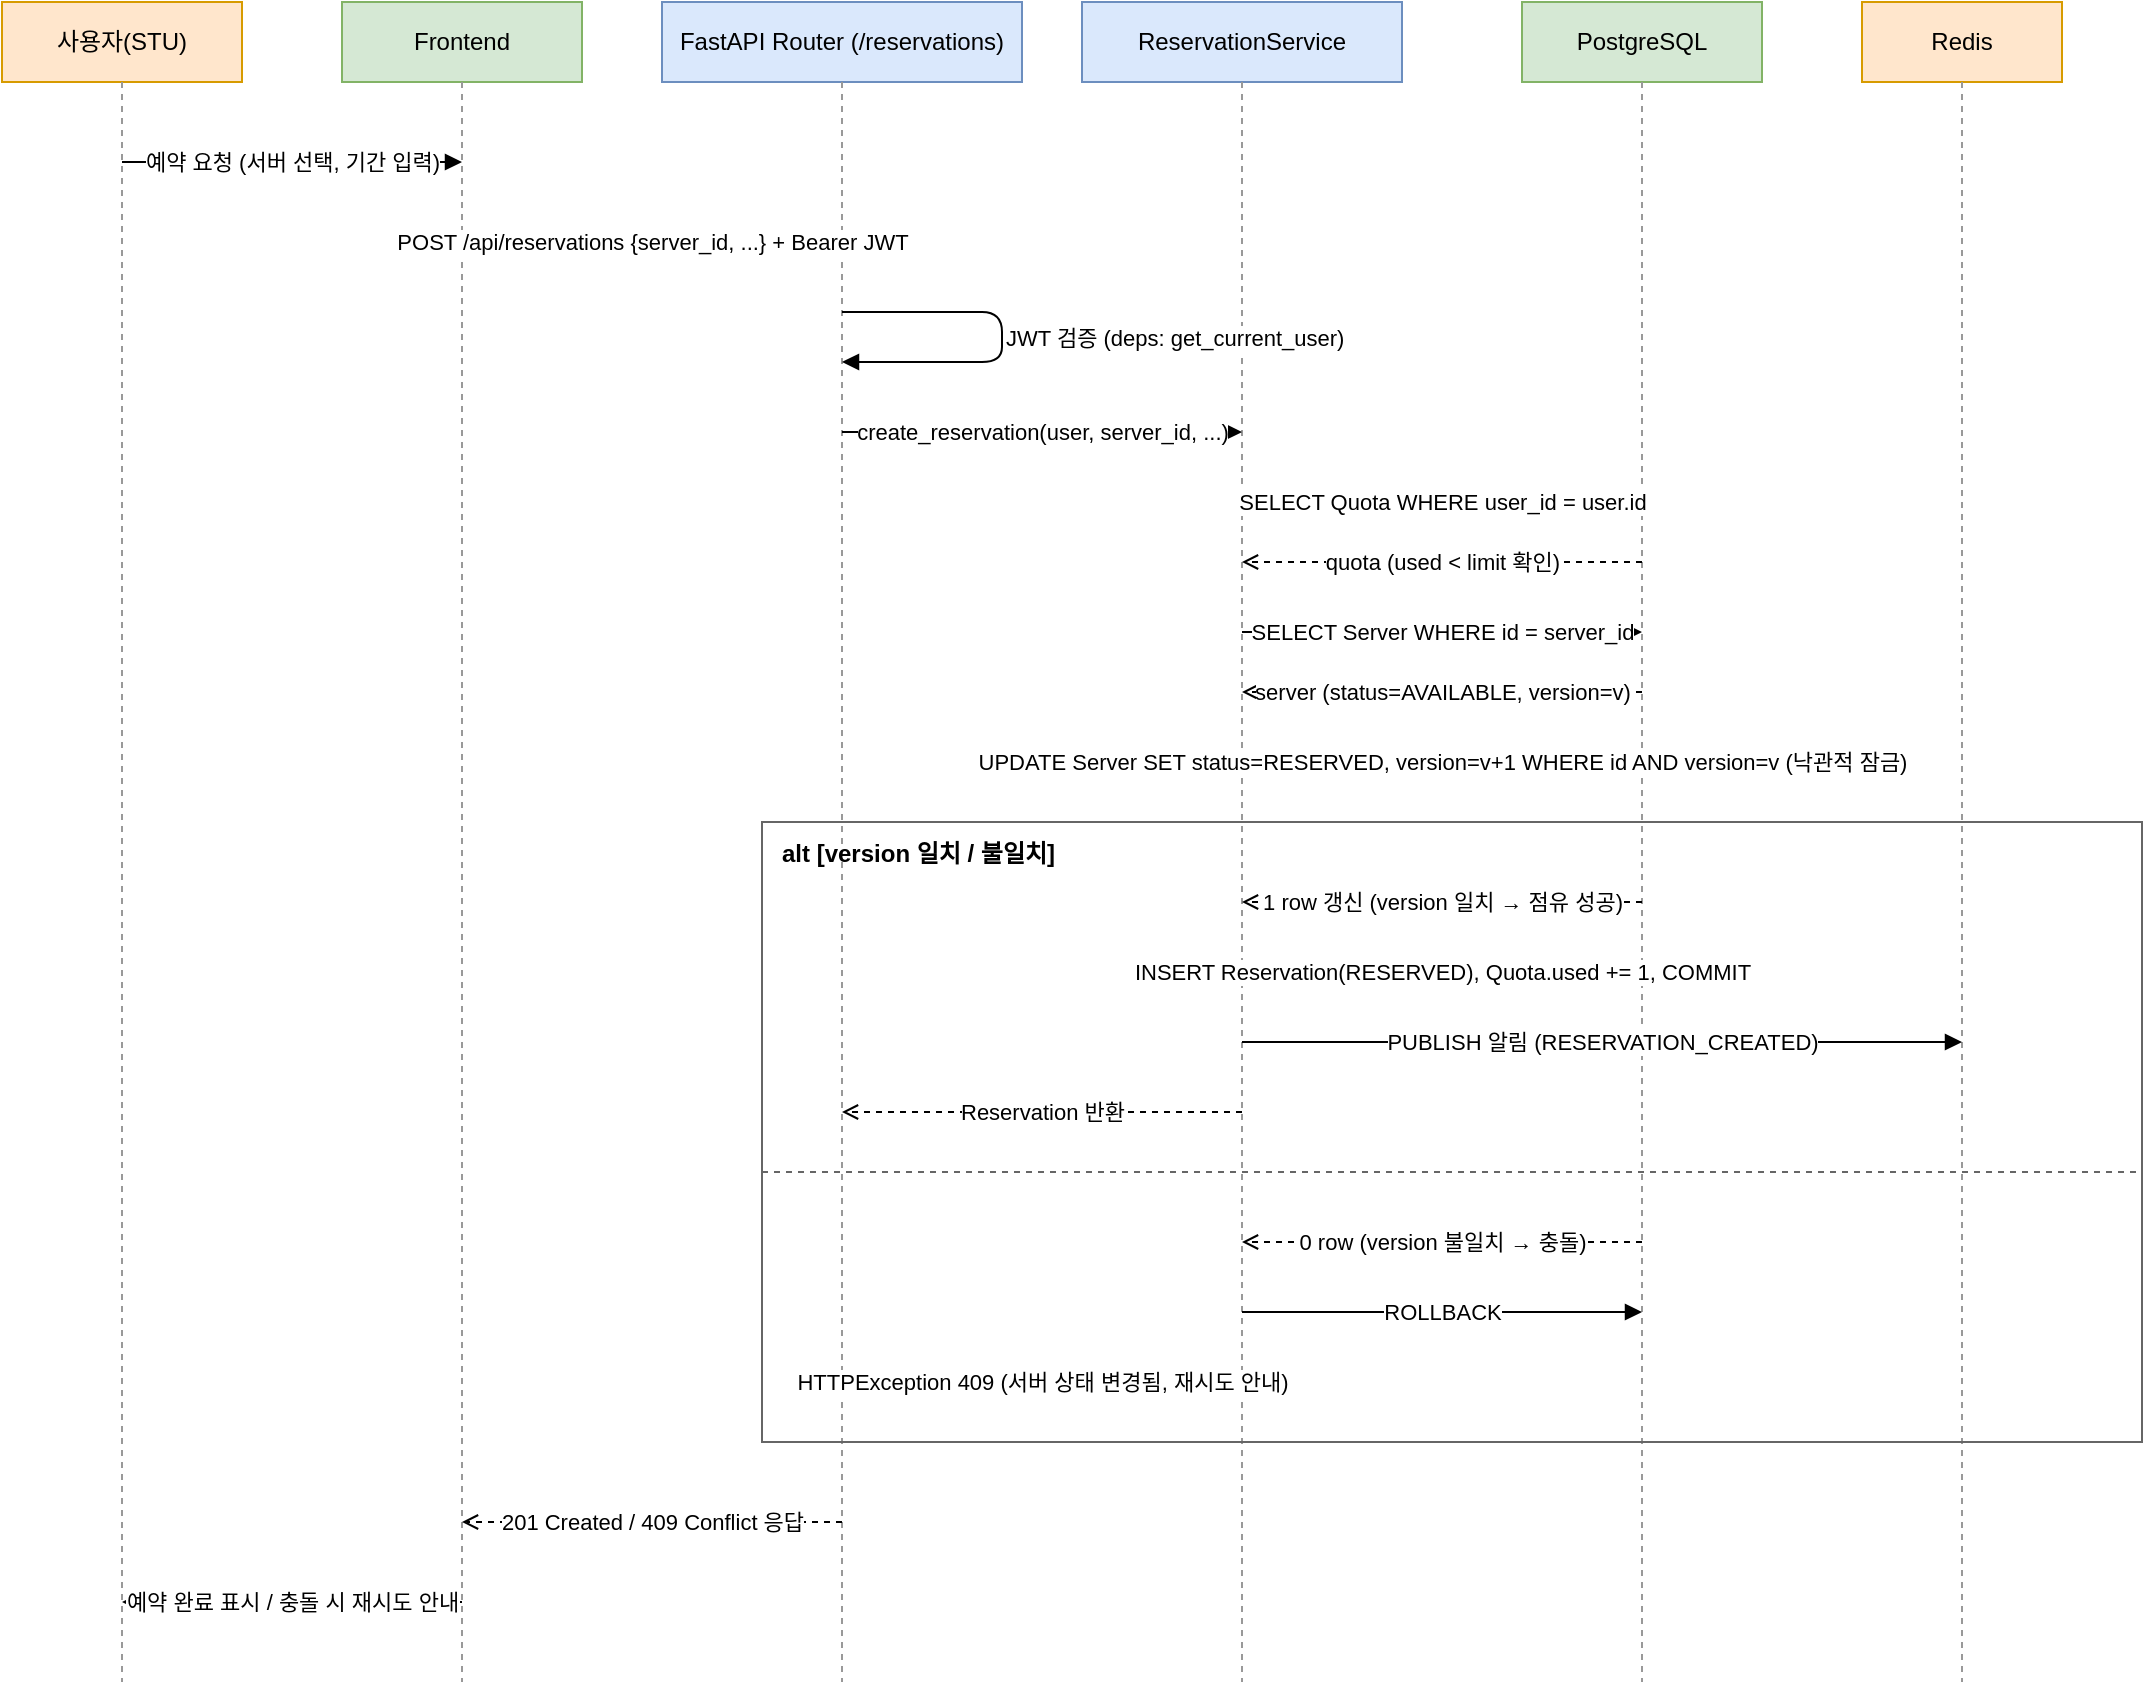
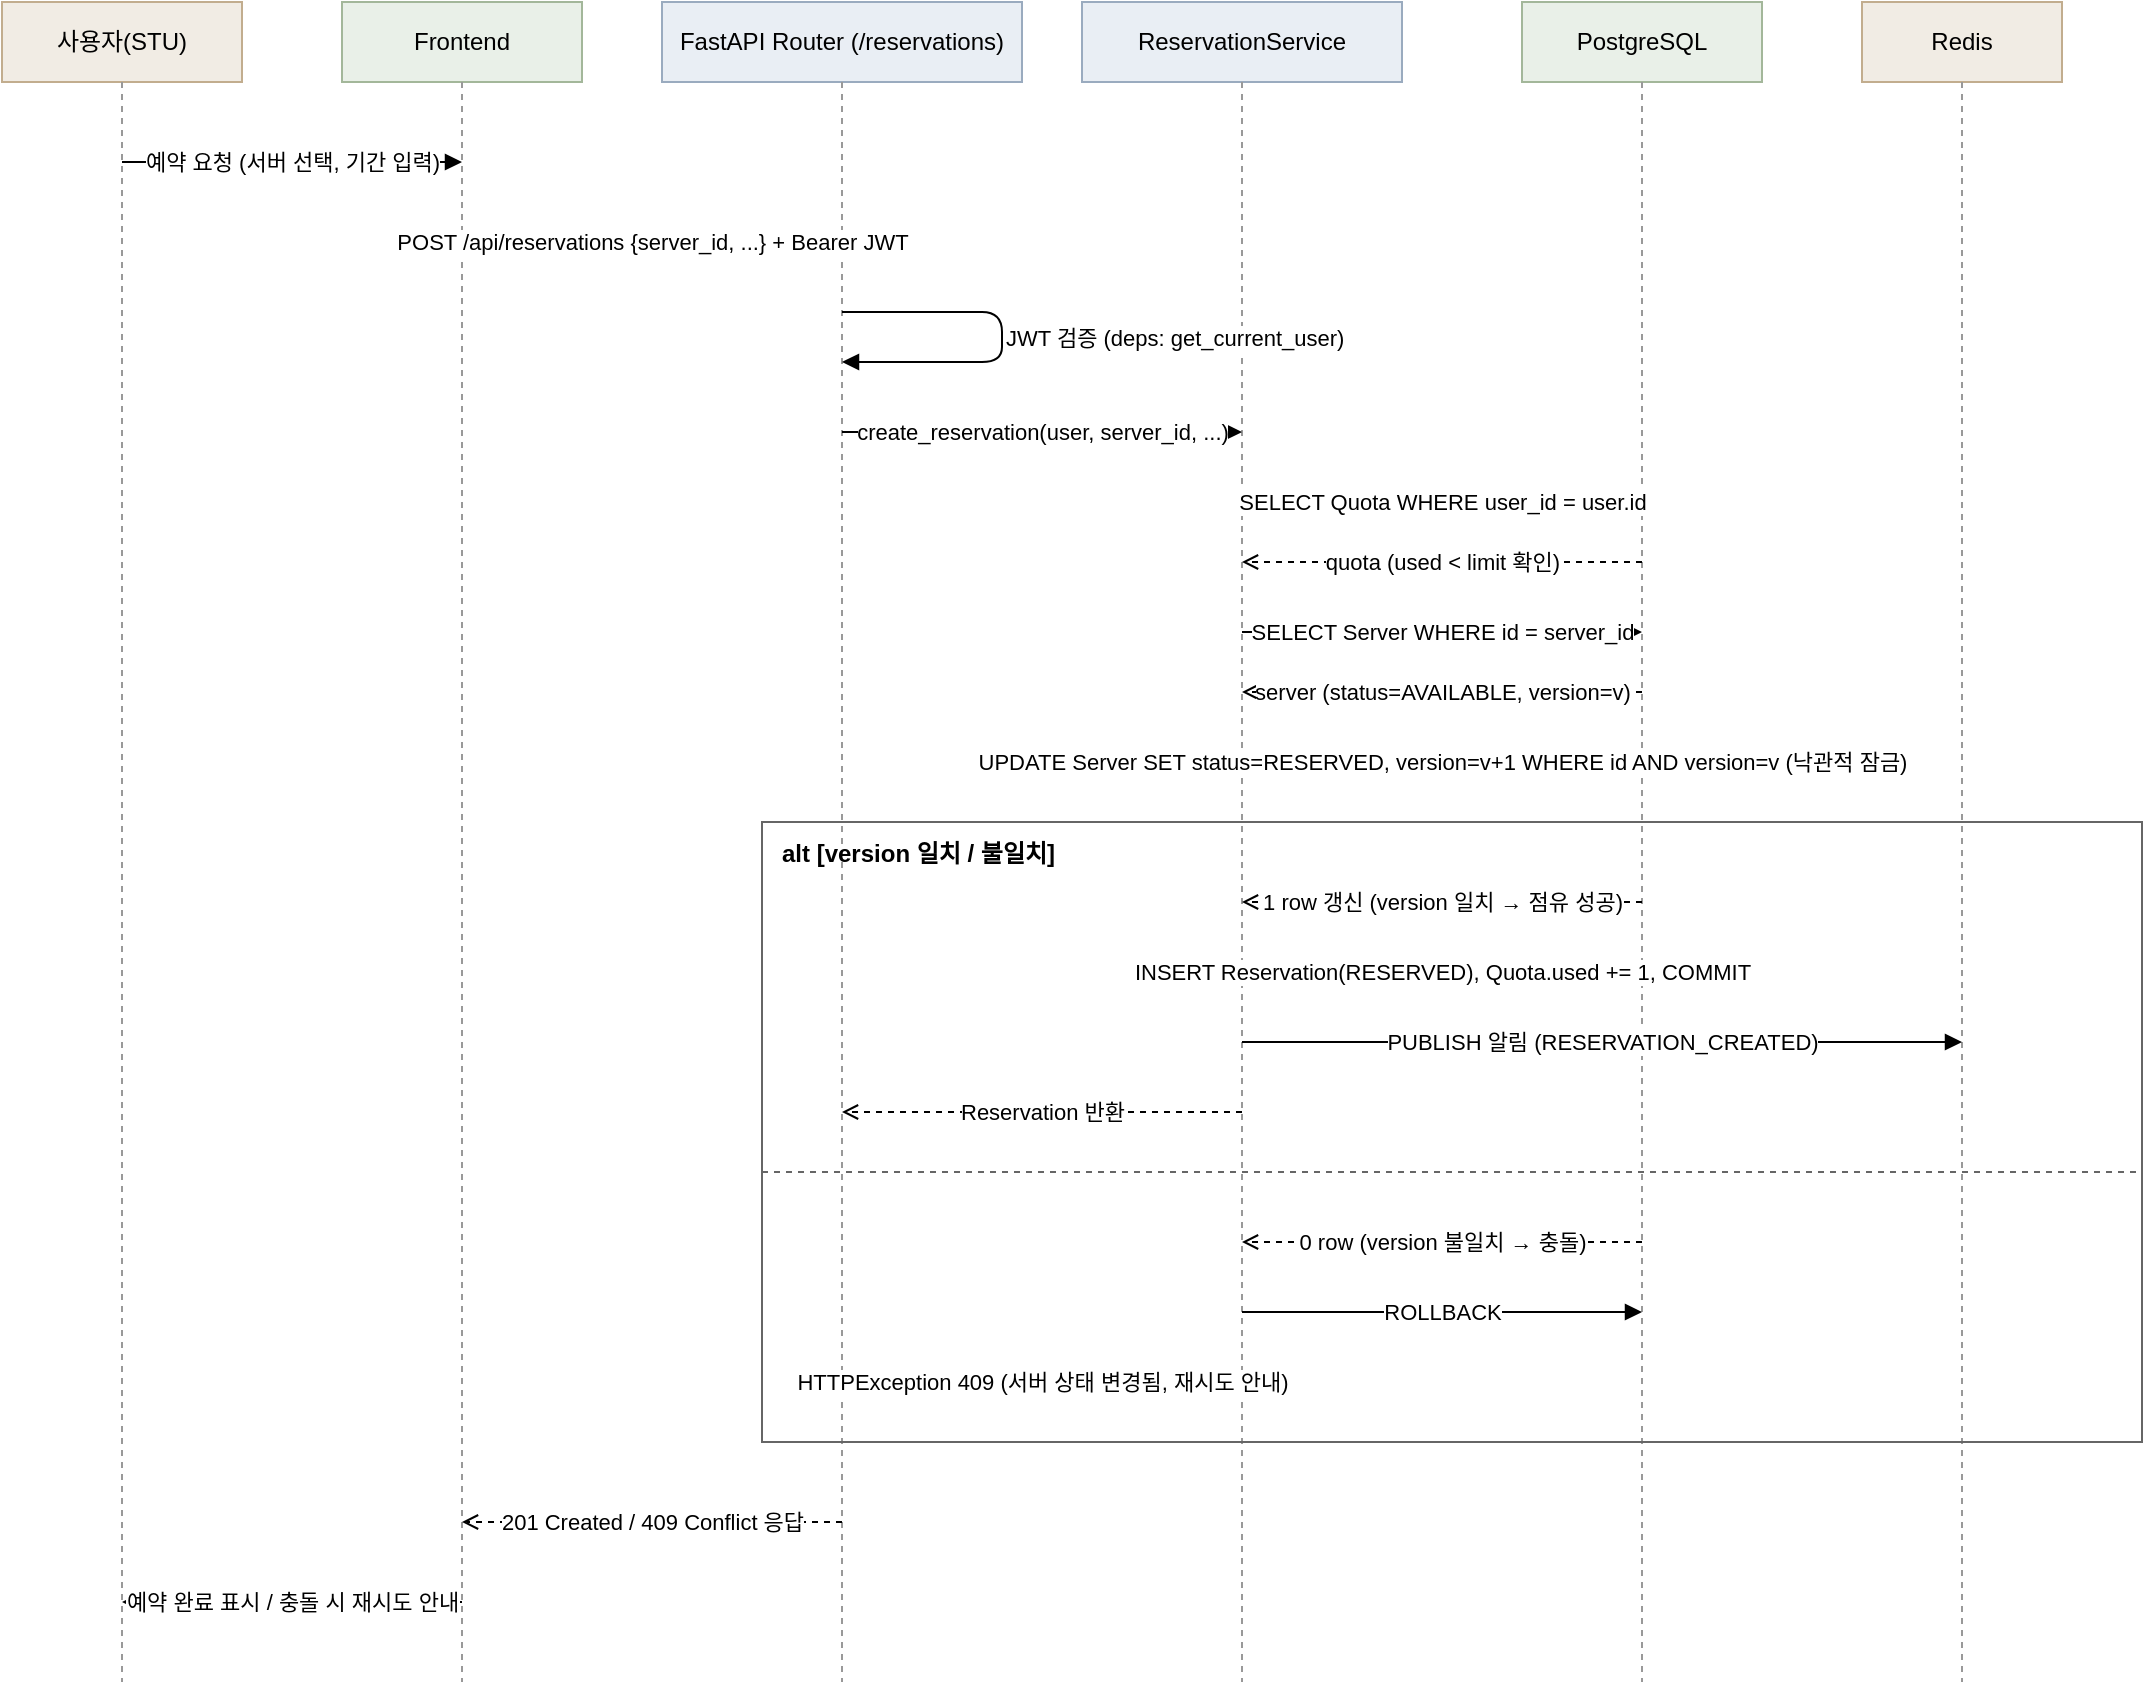
<mxfile host="app.diagrams.net">
  <diagram id="sequence-reservation-uc04" name="예약 생성 시퀀스(UC04)">
    <mxGraphModel dx="1400" dy="900" grid="1" gridSize="10" guides="1" tooltips="1" connect="1" arrows="1" fold="1" page="1" pageScale="1" pageWidth="1170" pageHeight="920" math="0" shadow="0">
      <root>
        <mxCell id="0" />
        <mxCell id="1" parent="0" />
-         <mxCell id="p-user" value="사용자(STU)" style="rounded=0;whiteSpace=wrap;html=1;fillColor=#ffe6cc;strokeColor=#d79b00;" vertex="1" parent="1">
+         <mxCell id="p-user" value="사용자(STU)" style="rounded=0;whiteSpace=wrap;html=1;fillColor=#f1ece4;strokeColor=#c2ad8e;" vertex="1" parent="1">
          <mxGeometry x="20" y="40" width="120" height="40" as="geometry" />
        </mxCell>
-         <mxCell id="p-front" value="Frontend" style="rounded=0;whiteSpace=wrap;html=1;fillColor=#d5e8d4;strokeColor=#82b366;" vertex="1" parent="1">
+         <mxCell id="p-front" value="Frontend" style="rounded=0;whiteSpace=wrap;html=1;fillColor=#e9f0e8;strokeColor=#a3b79a;" vertex="1" parent="1">
          <mxGeometry x="190" y="40" width="120" height="40" as="geometry" />
        </mxCell>
-         <mxCell id="p-router" value="FastAPI Router (/reservations)" style="rounded=0;whiteSpace=wrap;html=1;fillColor=#dae8fc;strokeColor=#6c8ebf;" vertex="1" parent="1">
+         <mxCell id="p-router" value="FastAPI Router (/reservations)" style="rounded=0;whiteSpace=wrap;html=1;fillColor=#e9eef4;strokeColor=#9aabbf;" vertex="1" parent="1">
          <mxGeometry x="350" y="40" width="180" height="40" as="geometry" />
        </mxCell>
-         <mxCell id="p-service" value="ReservationService" style="rounded=0;whiteSpace=wrap;html=1;fillColor=#dae8fc;strokeColor=#6c8ebf;" vertex="1" parent="1">
+         <mxCell id="p-service" value="ReservationService" style="rounded=0;whiteSpace=wrap;html=1;fillColor=#e9eef4;strokeColor=#9aabbf;" vertex="1" parent="1">
          <mxGeometry x="560" y="40" width="160" height="40" as="geometry" />
        </mxCell>
-         <mxCell id="p-pg" value="PostgreSQL" style="rounded=0;whiteSpace=wrap;html=1;fillColor=#d5e8d4;strokeColor=#82b366;" vertex="1" parent="1">
+         <mxCell id="p-pg" value="PostgreSQL" style="rounded=0;whiteSpace=wrap;html=1;fillColor=#e9f0e8;strokeColor=#a3b79a;" vertex="1" parent="1">
          <mxGeometry x="780" y="40" width="120" height="40" as="geometry" />
        </mxCell>
-         <mxCell id="p-redis" value="Redis" style="rounded=0;whiteSpace=wrap;html=1;fillColor=#ffe6cc;strokeColor=#d79b00;" vertex="1" parent="1">
+         <mxCell id="p-redis" value="Redis" style="rounded=0;whiteSpace=wrap;html=1;fillColor=#f1ece4;strokeColor=#c2ad8e;" vertex="1" parent="1">
          <mxGeometry x="950" y="40" width="100" height="40" as="geometry" />
        </mxCell>
        <mxCell id="ll-user" value="" style="endArrow=none;dashed=1;html=1;strokeColor=#999999;" edge="1" parent="1">
          <mxGeometry relative="1" as="geometry">
            <mxPoint x="80" y="80" as="sourcePoint" />
            <mxPoint x="80" y="880" as="targetPoint" />
          </mxGeometry>
        </mxCell>
        <mxCell id="ll-front" value="" style="endArrow=none;dashed=1;html=1;strokeColor=#999999;" edge="1" parent="1">
          <mxGeometry relative="1" as="geometry">
            <mxPoint x="250" y="80" as="sourcePoint" />
            <mxPoint x="250" y="880" as="targetPoint" />
          </mxGeometry>
        </mxCell>
        <mxCell id="ll-router" value="" style="endArrow=none;dashed=1;html=1;strokeColor=#999999;" edge="1" parent="1">
          <mxGeometry relative="1" as="geometry">
            <mxPoint x="440" y="80" as="sourcePoint" />
            <mxPoint x="440" y="880" as="targetPoint" />
          </mxGeometry>
        </mxCell>
        <mxCell id="ll-service" value="" style="endArrow=none;dashed=1;html=1;strokeColor=#999999;" edge="1" parent="1">
          <mxGeometry relative="1" as="geometry">
            <mxPoint x="640" y="80" as="sourcePoint" />
            <mxPoint x="640" y="880" as="targetPoint" />
          </mxGeometry>
        </mxCell>
        <mxCell id="ll-pg" value="" style="endArrow=none;dashed=1;html=1;strokeColor=#999999;" edge="1" parent="1">
          <mxGeometry relative="1" as="geometry">
            <mxPoint x="840" y="80" as="sourcePoint" />
            <mxPoint x="840" y="880" as="targetPoint" />
          </mxGeometry>
        </mxCell>
        <mxCell id="ll-redis" value="" style="endArrow=none;dashed=1;html=1;strokeColor=#999999;" edge="1" parent="1">
          <mxGeometry relative="1" as="geometry">
            <mxPoint x="1000" y="80" as="sourcePoint" />
            <mxPoint x="1000" y="880" as="targetPoint" />
          </mxGeometry>
        </mxCell>
        <mxCell id="m1" value="예약 요청 (서버 선택, 기간 입력)" style="html=1;endArrow=block;labelBackgroundColor=#ffffff;" edge="1" parent="1">
          <mxGeometry relative="1" as="geometry">
            <mxPoint x="80" y="120" as="sourcePoint" />
            <mxPoint x="250" y="120" as="targetPoint" />
          </mxGeometry>
        </mxCell>
        <mxCell id="m2" value="POST /api/reservations {server_id, ...} + Bearer JWT" style="html=1;endArrow=block;labelBackgroundColor=#ffffff;" edge="1" parent="1">
          <mxGeometry relative="1" as="geometry">
            <mxPoint x="250" y="160" as="sourcePoint" />
            <mxPoint x="440" y="160" as="targetPoint" />
          </mxGeometry>
        </mxCell>
        <mxCell id="m3" value="JWT 검증 (deps: get_current_user)" style="html=1;endArrow=block;labelBackgroundColor=#ffffff;align=left;" edge="1" parent="1">
          <mxGeometry relative="1" as="geometry">
            <mxPoint x="440" y="195" as="sourcePoint" />
            <mxPoint x="440" y="220" as="targetPoint" />
            <Array as="points">
              <mxPoint x="520" y="195" />
              <mxPoint x="520" y="220" />
            </Array>
          </mxGeometry>
        </mxCell>
        <mxCell id="m4" value="create_reservation(user, server_id, ...)" style="html=1;endArrow=block;labelBackgroundColor=#ffffff;" edge="1" parent="1">
          <mxGeometry relative="1" as="geometry">
            <mxPoint x="440" y="255" as="sourcePoint" />
            <mxPoint x="640" y="255" as="targetPoint" />
          </mxGeometry>
        </mxCell>
        <mxCell id="m5" value="SELECT Quota WHERE user_id = user.id" style="html=1;endArrow=block;labelBackgroundColor=#ffffff;" edge="1" parent="1">
          <mxGeometry relative="1" as="geometry">
            <mxPoint x="640" y="290" as="sourcePoint" />
            <mxPoint x="840" y="290" as="targetPoint" />
          </mxGeometry>
        </mxCell>
        <mxCell id="m6" value="quota (used &lt; limit 확인)" style="html=1;endArrow=open;dashed=1;labelBackgroundColor=#ffffff;" edge="1" parent="1">
          <mxGeometry relative="1" as="geometry">
            <mxPoint x="840" y="320" as="sourcePoint" />
            <mxPoint x="640" y="320" as="targetPoint" />
          </mxGeometry>
        </mxCell>
        <mxCell id="m7" value="SELECT Server WHERE id = server_id" style="html=1;endArrow=block;labelBackgroundColor=#ffffff;" edge="1" parent="1">
          <mxGeometry relative="1" as="geometry">
            <mxPoint x="640" y="355" as="sourcePoint" />
            <mxPoint x="840" y="355" as="targetPoint" />
          </mxGeometry>
        </mxCell>
        <mxCell id="m8" value="server (status=AVAILABLE, version=v)" style="html=1;endArrow=open;dashed=1;labelBackgroundColor=#ffffff;" edge="1" parent="1">
          <mxGeometry relative="1" as="geometry">
            <mxPoint x="840" y="385" as="sourcePoint" />
            <mxPoint x="640" y="385" as="targetPoint" />
          </mxGeometry>
        </mxCell>
        <mxCell id="m9" value="UPDATE Server SET status=RESERVED, version=v+1 WHERE id AND version=v (낙관적 잠금)" style="html=1;endArrow=block;labelBackgroundColor=#ffffff;" edge="1" parent="1">
          <mxGeometry relative="1" as="geometry">
            <mxPoint x="640" y="420" as="sourcePoint" />
            <mxPoint x="840" y="420" as="targetPoint" />
          </mxGeometry>
        </mxCell>
        <mxCell id="alt-frame" value="alt [version 일치 / 불일치]" style="rounded=0;whiteSpace=wrap;html=1;fillColor=none;verticalAlign=top;align=left;spacingLeft=8;spacingTop=2;strokeColor=#666666;fontStyle=1;" vertex="1" parent="1">
          <mxGeometry x="400" y="450" width="690" height="310" as="geometry" />
        </mxCell>
        <mxCell id="m10" value="1 row 갱신 (version 일치 → 점유 성공)" style="html=1;endArrow=open;dashed=1;labelBackgroundColor=#ffffff;" edge="1" parent="1">
          <mxGeometry relative="1" as="geometry">
            <mxPoint x="840" y="490" as="sourcePoint" />
            <mxPoint x="640" y="490" as="targetPoint" />
          </mxGeometry>
        </mxCell>
        <mxCell id="m11" value="INSERT Reservation(RESERVED), Quota.used += 1, COMMIT" style="html=1;endArrow=block;labelBackgroundColor=#ffffff;" edge="1" parent="1">
          <mxGeometry relative="1" as="geometry">
            <mxPoint x="640" y="525" as="sourcePoint" />
            <mxPoint x="840" y="525" as="targetPoint" />
          </mxGeometry>
        </mxCell>
        <mxCell id="m12" value="PUBLISH 알림 (RESERVATION_CREATED)" style="html=1;endArrow=block;labelBackgroundColor=#ffffff;" edge="1" parent="1">
          <mxGeometry relative="1" as="geometry">
            <mxPoint x="640" y="560" as="sourcePoint" />
            <mxPoint x="1000" y="560" as="targetPoint" />
          </mxGeometry>
        </mxCell>
        <mxCell id="m13" value="Reservation 반환" style="html=1;endArrow=open;dashed=1;labelBackgroundColor=#ffffff;" edge="1" parent="1">
          <mxGeometry relative="1" as="geometry">
            <mxPoint x="640" y="595" as="sourcePoint" />
            <mxPoint x="440" y="595" as="targetPoint" />
          </mxGeometry>
        </mxCell>
        <mxCell id="alt-divider" value="" style="endArrow=none;dashed=1;html=1;strokeColor=#666666;" edge="1" parent="1">
          <mxGeometry relative="1" as="geometry">
            <mxPoint x="400" y="625" as="sourcePoint" />
            <mxPoint x="1090" y="625" as="targetPoint" />
          </mxGeometry>
        </mxCell>
        <mxCell id="m14" value="0 row (version 불일치 → 충돌)" style="html=1;endArrow=open;dashed=1;labelBackgroundColor=#ffffff;" edge="1" parent="1">
          <mxGeometry relative="1" as="geometry">
            <mxPoint x="840" y="660" as="sourcePoint" />
            <mxPoint x="640" y="660" as="targetPoint" />
          </mxGeometry>
        </mxCell>
        <mxCell id="m15" value="ROLLBACK" style="html=1;endArrow=block;labelBackgroundColor=#ffffff;" edge="1" parent="1">
          <mxGeometry relative="1" as="geometry">
            <mxPoint x="640" y="695" as="sourcePoint" />
            <mxPoint x="840" y="695" as="targetPoint" />
          </mxGeometry>
        </mxCell>
        <mxCell id="m16" value="HTTPException 409 (서버 상태 변경됨, 재시도 안내)" style="html=1;endArrow=open;dashed=1;labelBackgroundColor=#ffffff;" edge="1" parent="1">
          <mxGeometry relative="1" as="geometry">
            <mxPoint x="640" y="730" as="sourcePoint" />
            <mxPoint x="440" y="730" as="targetPoint" />
          </mxGeometry>
        </mxCell>
        <mxCell id="m17" value="201 Created / 409 Conflict 응답" style="html=1;endArrow=open;dashed=1;labelBackgroundColor=#ffffff;" edge="1" parent="1">
          <mxGeometry relative="1" as="geometry">
            <mxPoint x="440" y="800" as="sourcePoint" />
            <mxPoint x="250" y="800" as="targetPoint" />
          </mxGeometry>
        </mxCell>
        <mxCell id="m18" value="예약 완료 표시 / 충돌 시 재시도 안내" style="html=1;endArrow=open;dashed=1;labelBackgroundColor=#ffffff;" edge="1" parent="1">
          <mxGeometry relative="1" as="geometry">
            <mxPoint x="250" y="840" as="sourcePoint" />
            <mxPoint x="80" y="840" as="targetPoint" />
          </mxGeometry>
        </mxCell>
      </root>
    </mxGraphModel>
  </diagram>
</mxfile>
